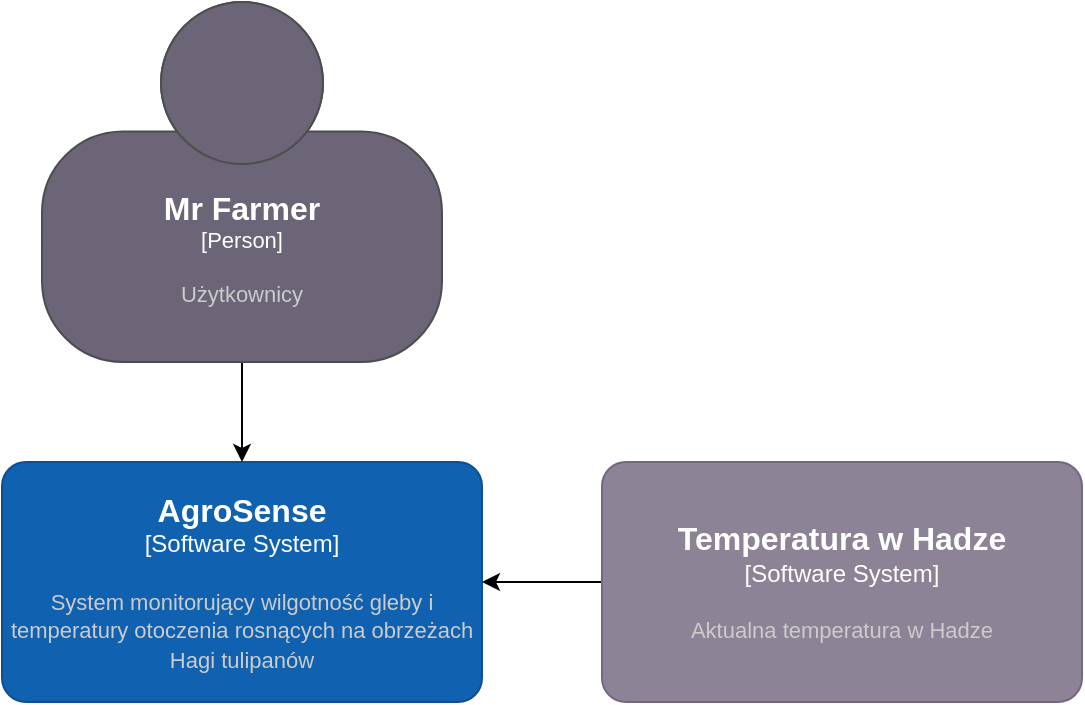
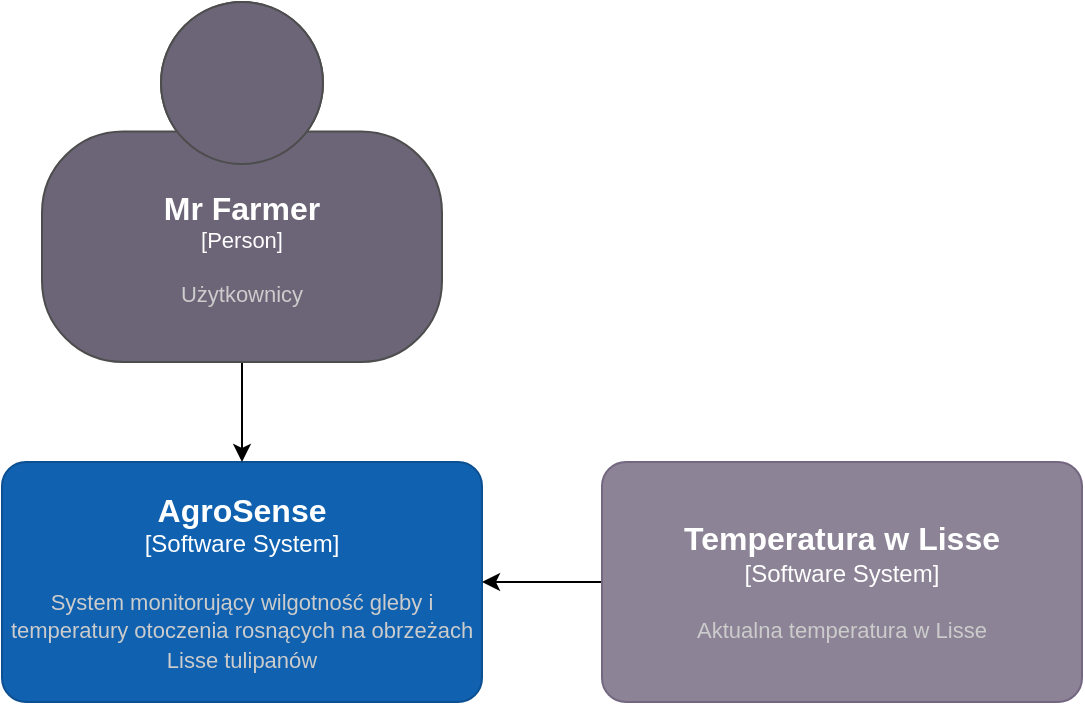
- <mxfile host="app.diagrams.net" agent="Mozilla/5.0 (Windows NT 10.0; Win64; x64) AppleWebKit/537.36 (KHTML, like Gecko) Chrome/134.0.0.0 Safari/537.36" version="26.1.1">
+ <mxfile host="app.diagrams.net" agent="Mozilla/5.0 (Windows NT 10.0; Win64; x64) AppleWebKit/537.36 (KHTML, like Gecko) Chrome/138.0.0.0 Safari/537.36" version="27.1.6">
  <diagram name="Strona-1" id="JiEw5maTpRAiuHX4kfsH">
-     <mxGraphModel dx="1434" dy="892" grid="1" gridSize="10" guides="1" tooltips="1" connect="1" arrows="1" fold="1" page="1" pageScale="1" pageWidth="827" pageHeight="1169" math="0" shadow="0">
+     <mxGraphModel dx="1224" dy="1116" grid="1" gridSize="10" guides="1" tooltips="1" connect="1" arrows="1" fold="1" page="1" pageScale="1" pageWidth="827" pageHeight="1169" math="0" shadow="0">
      <root>
        <mxCell id="0" />
        <mxCell id="1" parent="0" />
-         <object placeholders="1" c4Name="AgroSense" c4Type="Software System" c4Description="System monitorujący wilgotność gleby i temperatury otoczenia rosnących na obrzeżach Hagi tulipanów" label="&lt;font style=&quot;font-size: 16px&quot;&gt;&lt;b&gt;%c4Name%&lt;/b&gt;&lt;/font&gt;&lt;div&gt;[%c4Type%]&lt;/div&gt;&lt;br&gt;&lt;div&gt;&lt;font style=&quot;font-size: 11px&quot;&gt;&lt;font color=&quot;#cccccc&quot;&gt;%c4Description%&lt;/font&gt;&lt;/div&gt;" id="W9UQ7EGqLrl5jvvXXVVl-1">
-           <mxCell style="rounded=1;whiteSpace=wrap;html=1;labelBackgroundColor=none;fillColor=#1061B0;fontColor=#ffffff;align=center;arcSize=10;strokeColor=#0D5091;metaEdit=1;resizable=0;points=[[0.25,0,0],[0.5,0,0],[0.75,0,0],[1,0.25,0],[1,0.5,0],[1,0.75,0],[0.75,1,0],[0.5,1,0],[0.25,1,0],[0,0.75,0],[0,0.5,0],[0,0.25,0]];" vertex="1" parent="1">
+         <object placeholders="1" c4Name="AgroSense" c4Type="Software System" c4Description="System monitorujący wilgotność gleby i temperatury otoczenia rosnących na obrzeżach Lisse tulipanów" label="&lt;font style=&quot;font-size: 16px&quot;&gt;&lt;b&gt;%c4Name%&lt;/b&gt;&lt;/font&gt;&lt;div&gt;[%c4Type%]&lt;/div&gt;&lt;br&gt;&lt;div&gt;&lt;font style=&quot;font-size: 11px&quot;&gt;&lt;font color=&quot;#cccccc&quot;&gt;%c4Description%&lt;/font&gt;&lt;/div&gt;" id="W9UQ7EGqLrl5jvvXXVVl-1">
+           <mxCell style="rounded=1;whiteSpace=wrap;html=1;labelBackgroundColor=none;fillColor=#1061B0;fontColor=#ffffff;align=center;arcSize=10;strokeColor=#0D5091;metaEdit=1;resizable=0;points=[[0.25,0,0],[0.5,0,0],[0.75,0,0],[1,0.25,0],[1,0.5,0],[1,0.75,0],[0.75,1,0],[0.5,1,0],[0.25,1,0],[0,0.75,0],[0,0.5,0],[0,0.25,0]];" parent="1" vertex="1">
            <mxGeometry x="190" y="270" width="240" height="120" as="geometry" />
          </mxCell>
        </object>
-         <mxCell id="W9UQ7EGqLrl5jvvXXVVl-3" value="" style="edgeStyle=orthogonalEdgeStyle;rounded=0;orthogonalLoop=1;jettySize=auto;html=1;" edge="1" parent="1" source="W9UQ7EGqLrl5jvvXXVVl-2" target="W9UQ7EGqLrl5jvvXXVVl-1">
+         <mxCell id="W9UQ7EGqLrl5jvvXXVVl-3" value="" style="edgeStyle=orthogonalEdgeStyle;rounded=0;orthogonalLoop=1;jettySize=auto;html=1;" parent="1" source="W9UQ7EGqLrl5jvvXXVVl-2" target="W9UQ7EGqLrl5jvvXXVVl-1" edge="1">
          <mxGeometry relative="1" as="geometry" />
        </mxCell>
        <object placeholders="1" c4Name="Mr Farmer" c4Type="Person" c4Description="Użytkownicy" label="&lt;font style=&quot;font-size: 16px&quot;&gt;&lt;b&gt;%c4Name%&lt;/b&gt;&lt;/font&gt;&lt;div&gt;[%c4Type%]&lt;/div&gt;&lt;br&gt;&lt;div&gt;&lt;font style=&quot;font-size: 11px&quot;&gt;&lt;font color=&quot;#cccccc&quot;&gt;%c4Description%&lt;/font&gt;&lt;/div&gt;" id="W9UQ7EGqLrl5jvvXXVVl-2">
-           <mxCell style="html=1;fontSize=11;dashed=0;whiteSpace=wrap;fillColor=#6C6477;strokeColor=#4D4D4D;fontColor=#ffffff;shape=mxgraph.c4.person2;align=center;metaEdit=1;points=[[0.5,0,0],[1,0.5,0],[1,0.75,0],[0.75,1,0],[0.5,1,0],[0.25,1,0],[0,0.75,0],[0,0.5,0]];resizable=0;" vertex="1" parent="1">
+           <mxCell style="html=1;fontSize=11;dashed=0;whiteSpace=wrap;fillColor=#6C6477;strokeColor=#4D4D4D;fontColor=#ffffff;shape=mxgraph.c4.person2;align=center;metaEdit=1;points=[[0.5,0,0],[1,0.5,0],[1,0.75,0],[0.75,1,0],[0.5,1,0],[0.25,1,0],[0,0.75,0],[0,0.5,0]];resizable=0;" parent="1" vertex="1">
            <mxGeometry x="210" y="40" width="200" height="180" as="geometry" />
          </mxCell>
        </object>
-         <mxCell id="W9UQ7EGqLrl5jvvXXVVl-7" value="" style="edgeStyle=orthogonalEdgeStyle;rounded=0;orthogonalLoop=1;jettySize=auto;html=1;" edge="1" parent="1" source="W9UQ7EGqLrl5jvvXXVVl-6" target="W9UQ7EGqLrl5jvvXXVVl-1">
+         <mxCell id="W9UQ7EGqLrl5jvvXXVVl-7" value="" style="edgeStyle=orthogonalEdgeStyle;rounded=0;orthogonalLoop=1;jettySize=auto;html=1;" parent="1" source="W9UQ7EGqLrl5jvvXXVVl-6" target="W9UQ7EGqLrl5jvvXXVVl-1" edge="1">
          <mxGeometry relative="1" as="geometry" />
        </mxCell>
-         <object placeholders="1" c4Name="Temperatura w Hadze" c4Type="Software System" c4Description="Aktualna temperatura w Hadze" label="&lt;font style=&quot;font-size: 16px&quot;&gt;&lt;b&gt;%c4Name%&lt;/b&gt;&lt;/font&gt;&lt;div&gt;[%c4Type%]&lt;/div&gt;&lt;br&gt;&lt;div&gt;&lt;font style=&quot;font-size: 11px&quot;&gt;&lt;font color=&quot;#cccccc&quot;&gt;%c4Description%&lt;/font&gt;&lt;/div&gt;" id="W9UQ7EGqLrl5jvvXXVVl-6">
-           <mxCell style="rounded=1;whiteSpace=wrap;html=1;labelBackgroundColor=none;fillColor=#8C8496;fontColor=#ffffff;align=center;arcSize=10;strokeColor=#736782;metaEdit=1;resizable=0;points=[[0.25,0,0],[0.5,0,0],[0.75,0,0],[1,0.25,0],[1,0.5,0],[1,0.75,0],[0.75,1,0],[0.5,1,0],[0.25,1,0],[0,0.75,0],[0,0.5,0],[0,0.25,0]];" vertex="1" parent="1">
+         <object placeholders="1" c4Name="Temperatura w Lisse" c4Type="Software System" c4Description="Aktualna temperatura w Lisse" label="&lt;font style=&quot;font-size: 16px&quot;&gt;&lt;b&gt;%c4Name%&lt;/b&gt;&lt;/font&gt;&lt;div&gt;[%c4Type%]&lt;/div&gt;&lt;br&gt;&lt;div&gt;&lt;font style=&quot;font-size: 11px&quot;&gt;&lt;font color=&quot;#cccccc&quot;&gt;%c4Description%&lt;/font&gt;&lt;/div&gt;" id="W9UQ7EGqLrl5jvvXXVVl-6">
+           <mxCell style="rounded=1;whiteSpace=wrap;html=1;labelBackgroundColor=none;fillColor=#8C8496;fontColor=#ffffff;align=center;arcSize=10;strokeColor=#736782;metaEdit=1;resizable=0;points=[[0.25,0,0],[0.5,0,0],[0.75,0,0],[1,0.25,0],[1,0.5,0],[1,0.75,0],[0.75,1,0],[0.5,1,0],[0.25,1,0],[0,0.75,0],[0,0.5,0],[0,0.25,0]];" parent="1" vertex="1">
            <mxGeometry x="490" y="270" width="240" height="120" as="geometry" />
          </mxCell>
        </object>
      </root>
    </mxGraphModel>
  </diagram>
</mxfile>
